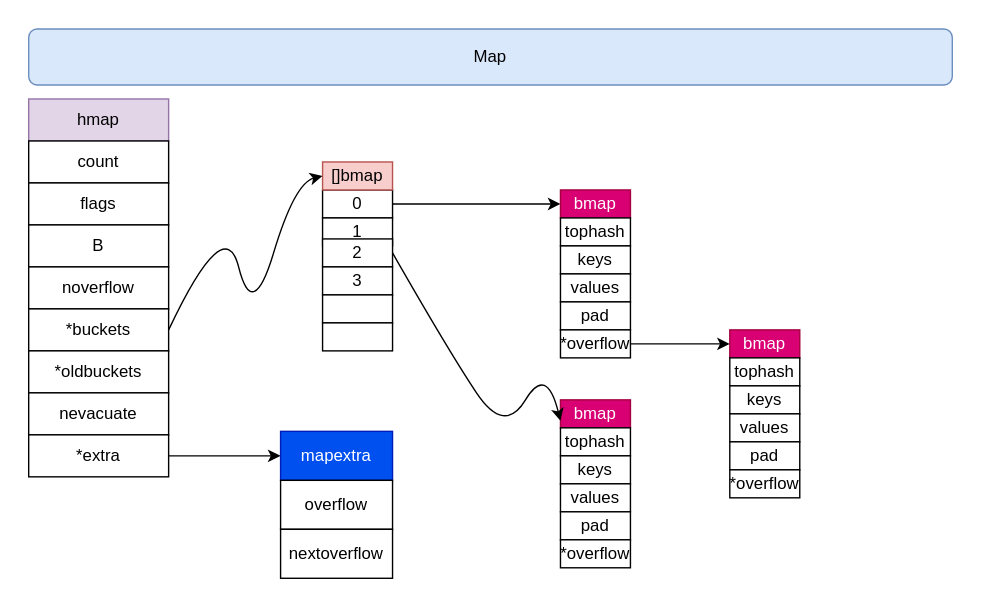
Above: 04-Go程序设计/05-语言细节/images/Map.svg in cd-home/Root (draw.io), before the change. Source tidied: cells renumbered, new cells last; positions are measured from the earlier drawing's top-left corner, leaving out a move shared by most shapes.
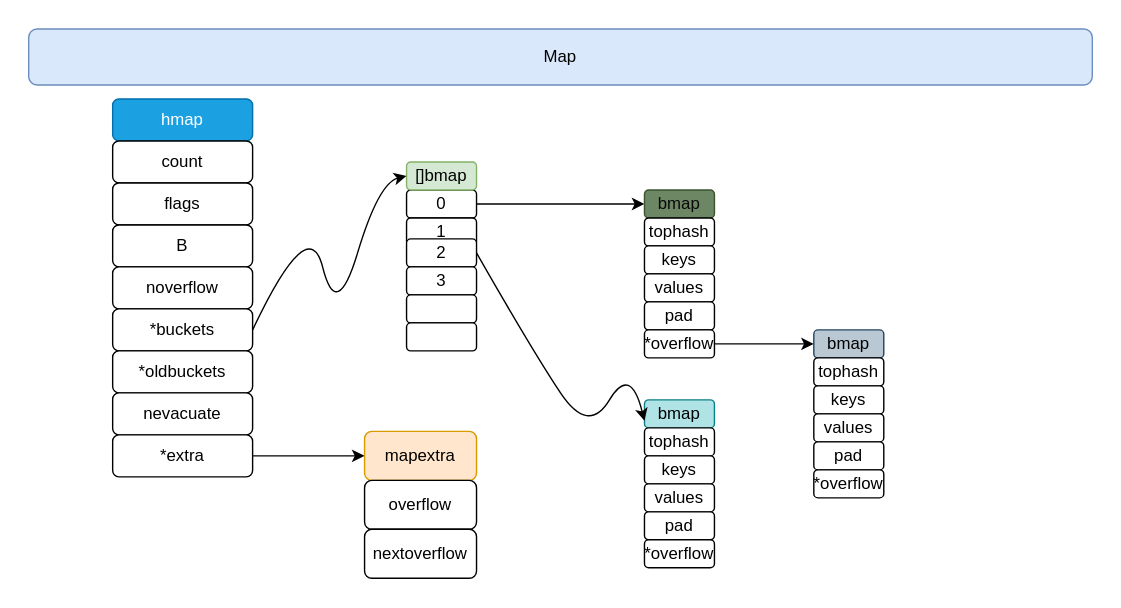
After the change.

Diff of the diagram source:
```diff
@@ -3,99 +3,99 @@
     <mxCell id="0" />
     <mxCell id="1" parent="0" />
     <mxCell id="2" value="Map" style="rounded=1;whiteSpace=wrap;html=1;fillColor=#dae8fc;strokeColor=#6c8ebf;" parent="1" vertex="1">
-      <mxGeometry width="660" height="40" as="geometry" />
+      <mxGeometry x="-60" width="760" height="40" as="geometry" />
     </mxCell>
-    <mxCell id="3" value="hmap" style="rounded=0;whiteSpace=wrap;html=1;fillColor=#e1d5e7;strokeColor=#9673a6;" parent="1" vertex="1">
+    <mxCell id="3" value="hmap" style="rounded=1;whiteSpace=wrap;html=1;fillColor=#1ba1e2;strokeColor=#006EAF;fontColor=#ffffff;" parent="1" vertex="1">
       <mxGeometry y="50" width="100" height="30" as="geometry" />
     </mxCell>
-    <mxCell id="4" value="count" style="rounded=0;whiteSpace=wrap;html=1;" parent="1" vertex="1">
+    <mxCell id="4" value="count" style="rounded=1;whiteSpace=wrap;html=1;" parent="1" vertex="1">
       <mxGeometry y="80" width="100" height="30" as="geometry" />
     </mxCell>
-    <mxCell id="5" value="flags" style="rounded=0;whiteSpace=wrap;html=1;" parent="1" vertex="1">
+    <mxCell id="5" value="flags" style="rounded=1;whiteSpace=wrap;html=1;" parent="1" vertex="1">
       <mxGeometry y="110" width="100" height="30" as="geometry" />
     </mxCell>
-    <mxCell id="6" value="B" style="rounded=0;whiteSpace=wrap;html=1;" parent="1" vertex="1">
+    <mxCell id="6" value="B" style="rounded=1;whiteSpace=wrap;html=1;" parent="1" vertex="1">
       <mxGeometry y="140" width="100" height="30" as="geometry" />
     </mxCell>
-    <mxCell id="7" value="noverflow" style="rounded=0;whiteSpace=wrap;html=1;" parent="1" vertex="1">
+    <mxCell id="7" value="noverflow" style="rounded=1;whiteSpace=wrap;html=1;" parent="1" vertex="1">
       <mxGeometry y="170" width="100" height="30" as="geometry" />
     </mxCell>
-    <mxCell id="8" value="*buckets" style="rounded=0;whiteSpace=wrap;html=1;" parent="1" vertex="1">
+    <mxCell id="8" value="*buckets" style="rounded=1;whiteSpace=wrap;html=1;" parent="1" vertex="1">
       <mxGeometry y="200" width="100" height="30" as="geometry" />
     </mxCell>
-    <mxCell id="9" value="*oldbuckets" style="rounded=0;whiteSpace=wrap;html=1;" parent="1" vertex="1">
+    <mxCell id="9" value="*oldbuckets" style="rounded=1;whiteSpace=wrap;html=1;" parent="1" vertex="1">
       <mxGeometry y="230" width="100" height="30" as="geometry" />
     </mxCell>
-    <mxCell id="10" value="nevacuate" style="rounded=0;whiteSpace=wrap;html=1;" parent="1" vertex="1">
+    <mxCell id="10" value="nevacuate" style="rounded=1;whiteSpace=wrap;html=1;" parent="1" vertex="1">
       <mxGeometry y="260" width="100" height="30" as="geometry" />
     </mxCell>
-    <mxCell id="11" style="edgeStyle=orthogonalEdgeStyle;rounded=0;jettySize=auto;html=1;" parent="1" edge="1" source="12" target="42">
+    <mxCell id="11" style="edgeStyle=orthogonalEdgeStyle;rounded=1;jettySize=auto;html=1;curved=1;" parent="1" edge="1" source="12" target="42">
       <mxGeometry relative="1" as="geometry" />
     </mxCell>
-    <mxCell id="12" value="*extra" style="rounded=0;whiteSpace=wrap;html=1;" parent="1" vertex="1">
+    <mxCell id="12" value="*extra" style="rounded=1;whiteSpace=wrap;html=1;" parent="1" vertex="1">
       <mxGeometry y="290" width="100" height="30" as="geometry" />
     </mxCell>
-    <mxCell id="13" style="edgeStyle=orthogonalEdgeStyle;rounded=0;jettySize=auto;html=1;entryX=0;entryY=0.5;entryDx=0;entryDy=0;" parent="1" edge="1" source="14" target="21">
+    <mxCell id="13" style="edgeStyle=orthogonalEdgeStyle;rounded=1;jettySize=auto;html=1;entryX=0;entryY=0.5;entryDx=0;entryDy=0;curved=1;" parent="1" edge="1" source="14" target="21">
       <mxGeometry relative="1" as="geometry" />
     </mxCell>
-    <mxCell id="14" value="0" style="rounded=0;whiteSpace=wrap;html=1;" parent="1" vertex="1">
+    <mxCell id="14" value="0" style="rounded=1;whiteSpace=wrap;html=1;" parent="1" vertex="1">
       <mxGeometry x="210" y="115" width="50" height="20" as="geometry" />
     </mxCell>
-    <mxCell id="15" value="1" style="rounded=0;whiteSpace=wrap;html=1;" parent="1" vertex="1">
+    <mxCell id="15" value="1" style="rounded=1;whiteSpace=wrap;html=1;" parent="1" vertex="1">
       <mxGeometry x="210" y="135" width="50" height="20" as="geometry" />
     </mxCell>
-    <mxCell id="16" value="2" style="rounded=0;whiteSpace=wrap;html=1;" parent="1" vertex="1">
+    <mxCell id="16" value="2" style="rounded=1;whiteSpace=wrap;html=1;" parent="1" vertex="1">
       <mxGeometry x="210" y="150" width="50" height="20" as="geometry" />
     </mxCell>
-    <mxCell id="17" value="3" style="rounded=0;whiteSpace=wrap;html=1;" parent="1" vertex="1">
+    <mxCell id="17" value="3" style="rounded=1;whiteSpace=wrap;html=1;" parent="1" vertex="1">
       <mxGeometry x="210" y="170" width="50" height="20" as="geometry" />
     </mxCell>
-    <mxCell id="18" style="rounded=0;whiteSpace=wrap;html=1;" parent="1" vertex="1">
+    <mxCell id="18" style="rounded=1;whiteSpace=wrap;html=1;" parent="1" vertex="1">
       <mxGeometry x="210" y="190" width="50" height="20" as="geometry" />
     </mxCell>
-    <mxCell id="19" style="rounded=0;whiteSpace=wrap;html=1;" parent="1" vertex="1">
+    <mxCell id="19" style="rounded=1;whiteSpace=wrap;html=1;" parent="1" vertex="1">
       <mxGeometry x="210" y="210" width="50" height="20" as="geometry" />
     </mxCell>
-    <mxCell id="20" value="[]bmap" style="rounded=0;whiteSpace=wrap;html=1;fillColor=#f8cecc;strokeColor=#b85450;" parent="1" vertex="1">
+    <mxCell id="20" value="[]bmap" style="rounded=1;whiteSpace=wrap;html=1;fillColor=#d5e8d4;strokeColor=#82b366;" parent="1" vertex="1">
       <mxGeometry x="210" y="95" width="50" height="20" as="geometry" />
     </mxCell>
-    <mxCell id="21" value="bmap" style="rounded=0;whiteSpace=wrap;html=1;fillColor=#d80073;strokeColor=#A50040;fontColor=#ffffff;" parent="1" vertex="1">
+    <mxCell id="21" value="&lt;font color=&quot;#080808&quot;&gt;bmap&lt;/font&gt;" style="rounded=1;whiteSpace=wrap;html=1;fillColor=#6d8764;strokeColor=#3A5431;fontColor=#ffffff;" parent="1" vertex="1">
       <mxGeometry x="380" y="115" width="50" height="20" as="geometry" />
     </mxCell>
-    <mxCell id="22" value="tophash" style="rounded=0;whiteSpace=wrap;html=1;" parent="1" vertex="1">
+    <mxCell id="22" value="tophash" style="rounded=1;whiteSpace=wrap;html=1;" parent="1" vertex="1">
       <mxGeometry x="380" y="135" width="50" height="20" as="geometry" />
     </mxCell>
-    <mxCell id="23" value="keys" style="rounded=0;whiteSpace=wrap;html=1;" parent="1" vertex="1">
+    <mxCell id="23" value="keys" style="rounded=1;whiteSpace=wrap;html=1;" parent="1" vertex="1">
       <mxGeometry x="380" y="155" width="50" height="20" as="geometry" />
     </mxCell>
-    <mxCell id="24" value="values" style="rounded=0;whiteSpace=wrap;html=1;" parent="1" vertex="1">
+    <mxCell id="24" value="values" style="rounded=1;whiteSpace=wrap;html=1;" parent="1" vertex="1">
       <mxGeometry x="380" y="175" width="50" height="20" as="geometry" />
     </mxCell>
-    <mxCell id="25" value="pad" style="rounded=0;whiteSpace=wrap;html=1;" parent="1" vertex="1">
+    <mxCell id="25" value="pad" style="rounded=1;whiteSpace=wrap;html=1;" parent="1" vertex="1">
       <mxGeometry x="380" y="195" width="50" height="20" as="geometry" />
     </mxCell>
-    <mxCell id="26" value="*overflow" style="rounded=0;whiteSpace=wrap;html=1;" parent="1" vertex="1">
+    <mxCell id="26" value="*overflow" style="rounded=1;whiteSpace=wrap;html=1;" parent="1" vertex="1">
       <mxGeometry x="380" y="215" width="50" height="20" as="geometry" />
     </mxCell>
-    <mxCell id="27" value="bmap" style="rounded=0;whiteSpace=wrap;html=1;fillColor=#d80073;strokeColor=#A50040;fontColor=#ffffff;" parent="1" vertex="1">
+    <mxCell id="27" value="bmap" style="rounded=1;whiteSpace=wrap;html=1;fillColor=#bac8d3;strokeColor=#23445d;" parent="1" vertex="1">
       <mxGeometry x="501" y="215" width="50" height="20" as="geometry" />
     </mxCell>
-    <mxCell id="28" value="tophash" style="rounded=0;whiteSpace=wrap;html=1;" parent="1" vertex="1">
+    <mxCell id="28" value="tophash" style="rounded=1;whiteSpace=wrap;html=1;" parent="1" vertex="1">
       <mxGeometry x="501" y="235" width="50" height="20" as="geometry" />
     </mxCell>
-    <mxCell id="29" value="keys" style="rounded=0;whiteSpace=wrap;html=1;" parent="1" vertex="1">
+    <mxCell id="29" value="keys" style="rounded=1;whiteSpace=wrap;html=1;" parent="1" vertex="1">
       <mxGeometry x="501" y="255" width="50" height="20" as="geometry" />
     </mxCell>
-    <mxCell id="30" value="values" style="rounded=0;whiteSpace=wrap;html=1;" parent="1" vertex="1">
+    <mxCell id="30" value="values" style="rounded=1;whiteSpace=wrap;html=1;" parent="1" vertex="1">
       <mxGeometry x="501" y="275" width="50" height="20" as="geometry" />
     </mxCell>
-    <mxCell id="31" value="pad" style="rounded=0;whiteSpace=wrap;html=1;" parent="1" vertex="1">
+    <mxCell id="31" value="pad" style="rounded=1;whiteSpace=wrap;html=1;" parent="1" vertex="1">
       <mxGeometry x="501" y="295" width="50" height="20" as="geometry" />
     </mxCell>
-    <mxCell id="32" value="*overflow" style="rounded=0;whiteSpace=wrap;html=1;" parent="1" vertex="1">
+    <mxCell id="32" value="*overflow" style="rounded=1;whiteSpace=wrap;html=1;" parent="1" vertex="1">
       <mxGeometry x="501" y="315" width="50" height="20" as="geometry" />
     </mxCell>
-    <mxCell id="33" style="curved=1;endArrow=classic;html=1;exitX=1;exitY=0.5;exitDx=0;exitDy=0;entryX=0;entryY=0.5;entryDx=0;entryDy=0;" parent="1" edge="1" source="8" target="20">
+    <mxCell id="33" style="endArrow=classic;html=1;exitX=1;exitY=0.5;exitDx=0;exitDy=0;entryX=0;entryY=0.5;entryDx=0;entryDy=0;rounded=1;curved=1;" parent="1" edge="1" source="8" target="20">
       <mxGeometry relative="1" as="geometry">
         <Array as="points">
           <mxPoint x="140" y="130" />
@@ -104,28 +104,28 @@
         </Array>
       </mxGeometry>
     </mxCell>
-    <mxCell id="34" style="endArrow=classic;html=1;exitX=1;exitY=0.5;exitDx=0;exitDy=0;entryX=0;entryY=0.5;entryDx=0;entryDy=0;" parent="1" edge="1" source="26" target="27">
+    <mxCell id="34" style="endArrow=classic;html=1;exitX=1;exitY=0.5;exitDx=0;exitDy=0;entryX=0;entryY=0.5;entryDx=0;entryDy=0;rounded=1;curved=1;" parent="1" edge="1" source="26" target="27">
       <mxGeometry relative="1" as="geometry" />
     </mxCell>
-    <mxCell id="35" value="bmap" style="rounded=0;whiteSpace=wrap;html=1;fillColor=#d80073;strokeColor=#A50040;fontColor=#ffffff;" parent="1" vertex="1">
+    <mxCell id="35" value="bmap" style="rounded=1;whiteSpace=wrap;html=1;fillColor=#b0e3e6;strokeColor=#0e8088;" parent="1" vertex="1">
       <mxGeometry x="380" y="265" width="50" height="20" as="geometry" />
     </mxCell>
-    <mxCell id="36" value="tophash" style="rounded=0;whiteSpace=wrap;html=1;" parent="1" vertex="1">
+    <mxCell id="36" value="tophash" style="rounded=1;whiteSpace=wrap;html=1;" parent="1" vertex="1">
       <mxGeometry x="380" y="285" width="50" height="20" as="geometry" />
     </mxCell>
-    <mxCell id="37" value="keys" style="rounded=0;whiteSpace=wrap;html=1;" parent="1" vertex="1">
+    <mxCell id="37" value="keys" style="rounded=1;whiteSpace=wrap;html=1;" parent="1" vertex="1">
       <mxGeometry x="380" y="305" width="50" height="20" as="geometry" />
     </mxCell>
-    <mxCell id="38" value="values" style="rounded=0;whiteSpace=wrap;html=1;" parent="1" vertex="1">
+    <mxCell id="38" value="values" style="rounded=1;whiteSpace=wrap;html=1;" parent="1" vertex="1">
       <mxGeometry x="380" y="325" width="50" height="20" as="geometry" />
     </mxCell>
-    <mxCell id="39" value="pad" style="rounded=0;whiteSpace=wrap;html=1;" parent="1" vertex="1">
+    <mxCell id="39" value="pad" style="rounded=1;whiteSpace=wrap;html=1;" parent="1" vertex="1">
       <mxGeometry x="380" y="345" width="50" height="20" as="geometry" />
     </mxCell>
-    <mxCell id="40" value="*overflow" style="rounded=0;whiteSpace=wrap;html=1;" parent="1" vertex="1">
+    <mxCell id="40" value="*overflow" style="rounded=1;whiteSpace=wrap;html=1;" parent="1" vertex="1">
       <mxGeometry x="380" y="365" width="50" height="20" as="geometry" />
     </mxCell>
-    <mxCell id="41" style="curved=1;endArrow=classic;html=1;exitX=1;exitY=0.5;exitDx=0;exitDy=0;entryX=0;entryY=0.75;entryDx=0;entryDy=0;" parent="1" edge="1" source="16" target="35">
+    <mxCell id="41" style="endArrow=classic;html=1;exitX=1;exitY=0.5;exitDx=0;exitDy=0;entryX=0;entryY=0.75;entryDx=0;entryDy=0;rounded=1;curved=1;" parent="1" edge="1" source="16" target="35">
       <mxGeometry relative="1" as="geometry">
         <Array as="points">
           <mxPoint x="300" y="230" />
@@ -134,13 +134,13 @@
         </Array>
       </mxGeometry>
     </mxCell>
-    <mxCell id="42" value="mapextra" style="rounded=0;whiteSpace=wrap;html=1;fillColor=#0050ef;strokeColor=#001DBC;fontColor=#ffffff;" parent="1" vertex="1">
+    <mxCell id="42" value="mapextra" style="rounded=1;whiteSpace=wrap;html=1;fillColor=#ffe6cc;strokeColor=#d79b00;" parent="1" vertex="1">
       <mxGeometry x="180" y="287.5" width="80" height="35" as="geometry" />
     </mxCell>
-    <mxCell id="43" value="overflow" style="rounded=0;whiteSpace=wrap;html=1;" parent="1" vertex="1">
+    <mxCell id="43" value="overflow" style="rounded=1;whiteSpace=wrap;html=1;" parent="1" vertex="1">
       <mxGeometry x="180" y="322.5" width="80" height="35" as="geometry" />
     </mxCell>
-    <mxCell id="44" value="nextoverflow" style="rounded=0;whiteSpace=wrap;html=1;" parent="1" vertex="1">
+    <mxCell id="44" value="nextoverflow" style="rounded=1;whiteSpace=wrap;html=1;" parent="1" vertex="1">
       <mxGeometry x="180" y="357.5" width="80" height="35" as="geometry" />
     </mxCell>
   </root>
```
